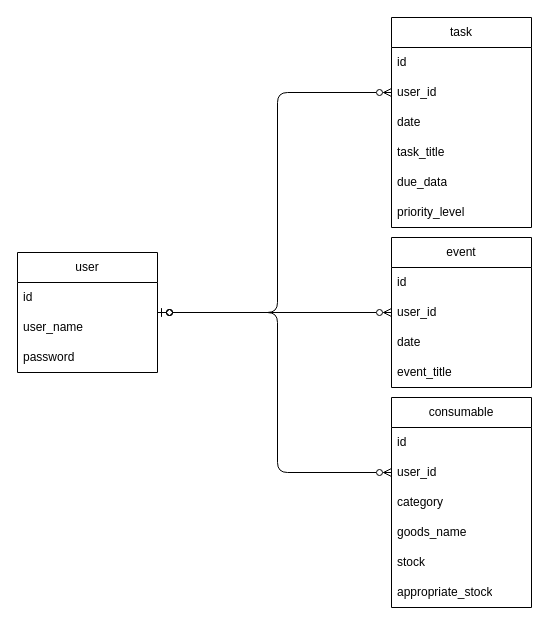
The draw.io diagram event_tasks.dio in Yuya7124/event_tasks, before the edit. Source tidied: cells renumbered, new cells numbered last; positions are measured from the earlier drawing's top-left corner, leaving out a move shared by most shapes. Both pictures are drawn from the tidied source at 100%, with x=0, y=0 at pixel (17, 17).
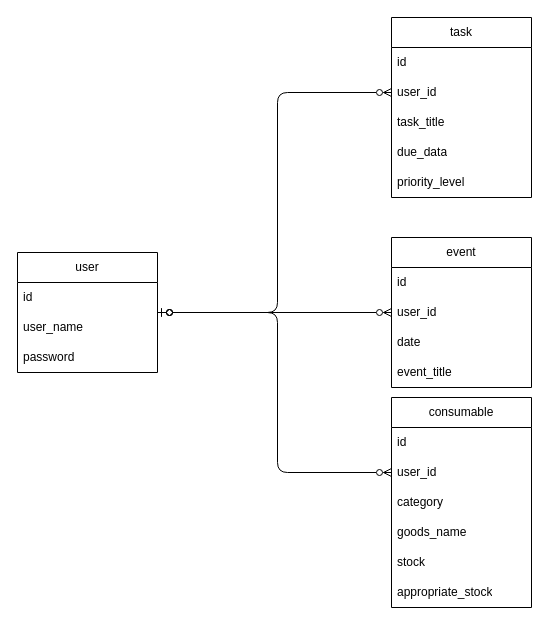
The same page after the edit.

The edit, as a diff of the source:
```diff
@@
     <mxCell id="6" value="task" style="swimlane;fontStyle=0;horizontal=1;startSize=30;whiteSpace=wrap;html=1;" parent="1" vertex="1">
-      <mxGeometry x="374" width="140" height="210" as="geometry" />
+      <mxGeometry x="374" width="140" height="180" as="geometry" />
     </mxCell>
@@
-    <mxCell id="9" value="date" style="text;strokeColor=none;fillColor=none;align=left;verticalAlign=middle;spacingLeft=4;spacingRight=4;overflow=hidden;whiteSpace=wrap;html=1;" parent="6" vertex="1">
-      <mxGeometry y="90" width="140" height="30" as="geometry" />
-    </mxCell>
     <mxCell id="10" value="task_title" style="text;strokeColor=none;fillColor=none;align=left;verticalAlign=middle;spacingLeft=4;spacingRight=4;overflow=hidden;whiteSpace=wrap;html=1;" parent="6" vertex="1">
-      <mxGeometry y="120" width="140" height="30" as="geometry" />
+      <mxGeometry y="90" width="140" height="30" as="geometry" />
     </mxCell>
     <mxCell id="11" value="due_data" style="text;strokeColor=none;fillColor=none;align=left;verticalAlign=middle;spacingLeft=4;spacingRight=4;overflow=hidden;whiteSpace=wrap;html=1;" parent="6" vertex="1">
-      <mxGeometry y="150" width="140" height="30" as="geometry" />
+      <mxGeometry y="120" width="140" height="30" as="geometry" />
     </mxCell>
     <mxCell id="12" value="priority_level" style="text;strokeColor=none;fillColor=none;align=left;verticalAlign=middle;spacingLeft=4;spacingRight=4;overflow=hidden;whiteSpace=wrap;html=1;" parent="6" vertex="1">
-      <mxGeometry y="180" width="140" height="30" as="geometry" />
+      <mxGeometry y="150" width="140" height="30" as="geometry" />
     </mxCell>
```
